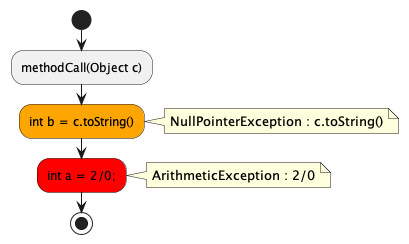
Earlier version of the PlantUML export src/test/java/visualization/outputs/SimpleErrorDiagram.png (chunga7879/ProgramAnalysis). The source it was exported from:
```plantuml
@startuml
start
:methodCall(Object c);
#Orange:int b = c.toString();
note right:NullPointerException : c.toString()
#Red:int a = 2/0;;
note right:ArithmeticException : 2/0
stop
@enduml
```
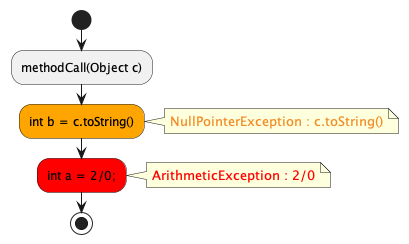
Later version of the same file.

Change to the diagram source:
```diff
@@ -2,8 +2,12 @@
 start
 :methodCall(Object c);
 #Orange:int b = c.toString();
-note right:NullPointerException : c.toString()
+note right
+<FONT COLOR=#F28C28>NullPointerException : c.toString()</FONT>
+endnote
 #Red:int a = 2/0;;
-note right:ArithmeticException : 2/0
+note right
+<FONT COLOR=#FF0000>ArithmeticException : 2/0</FONT>
+endnote
 stop
 @enduml
```
